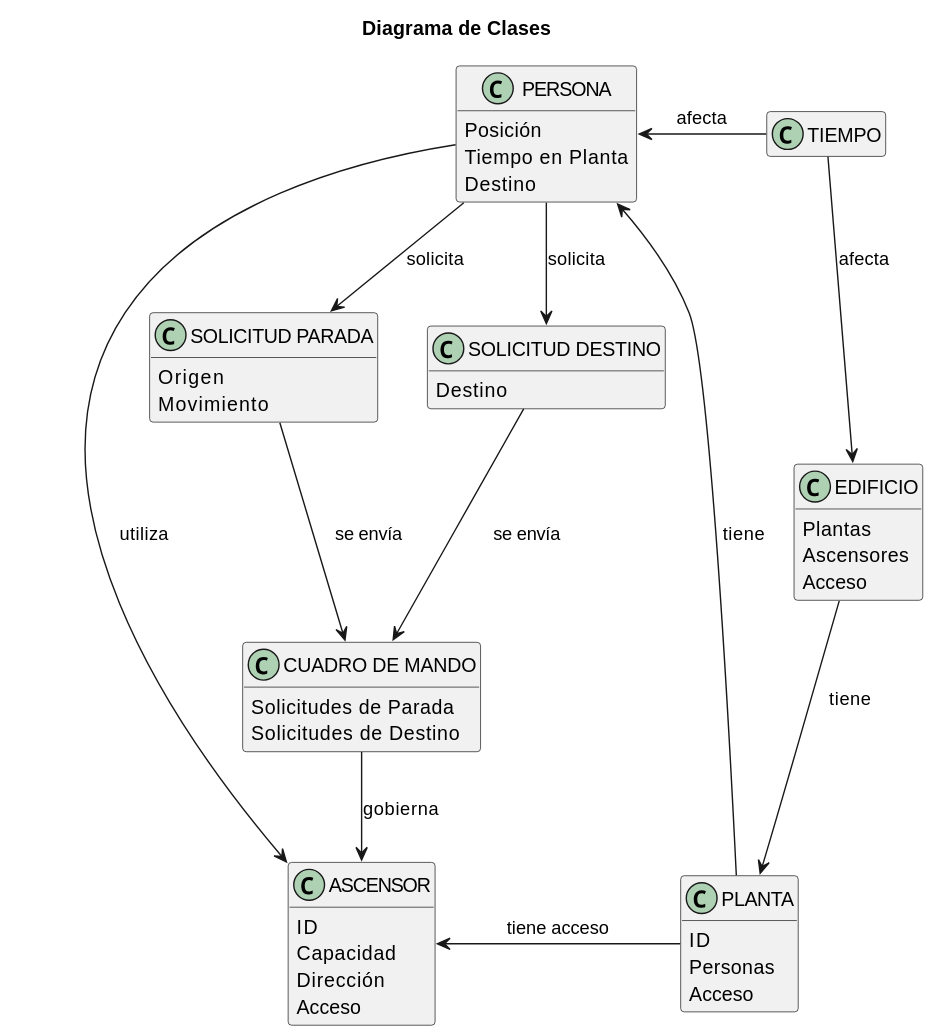
Above: docs/Modelo_de_Dominio/Diagramas_de_Clases/Diagrama_de_Clases.svg in mmasias/23-24-IdSw2-SDD (PlantUML), before the change.
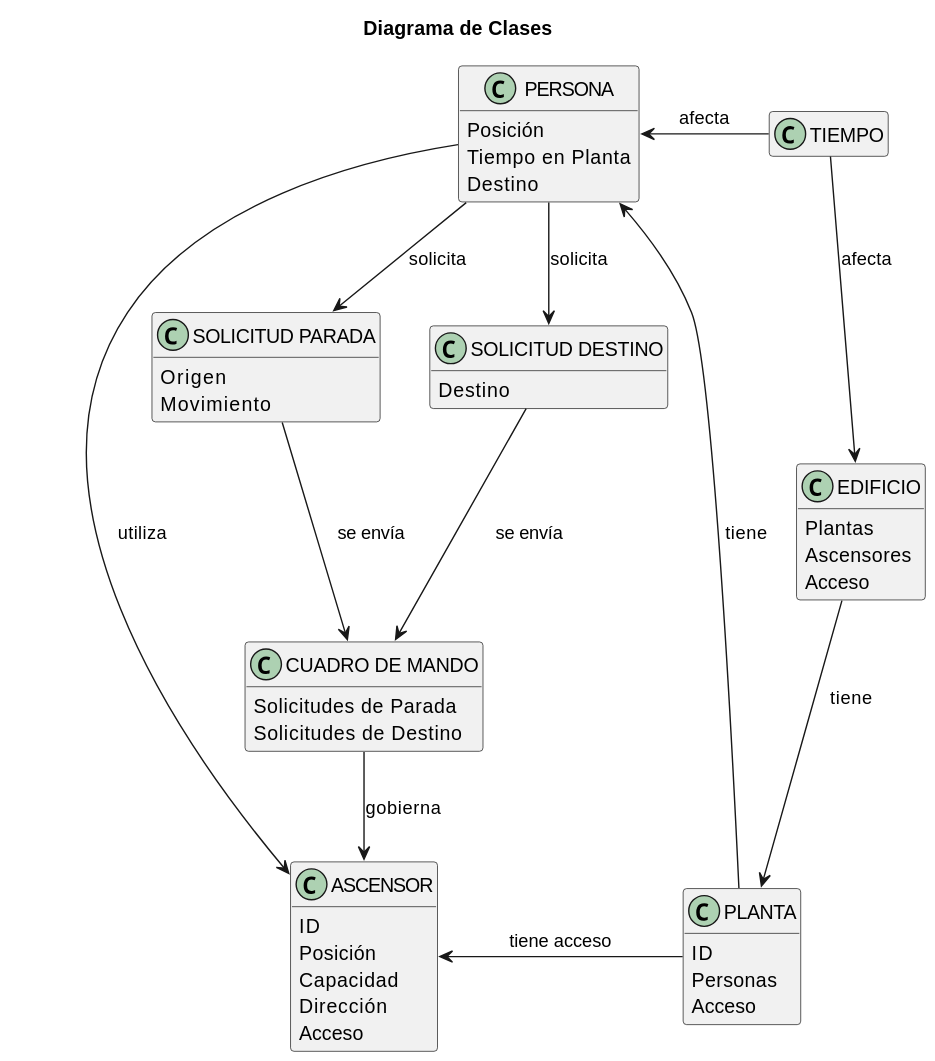
Above is the later version.

The edit, as a diff of the source:
```diff
@@ -11,6 +11,7 @@
 class ASCENSOR
 {
     ID
+    Posición
     Capacidad
     Dirección
     Acceso
```
